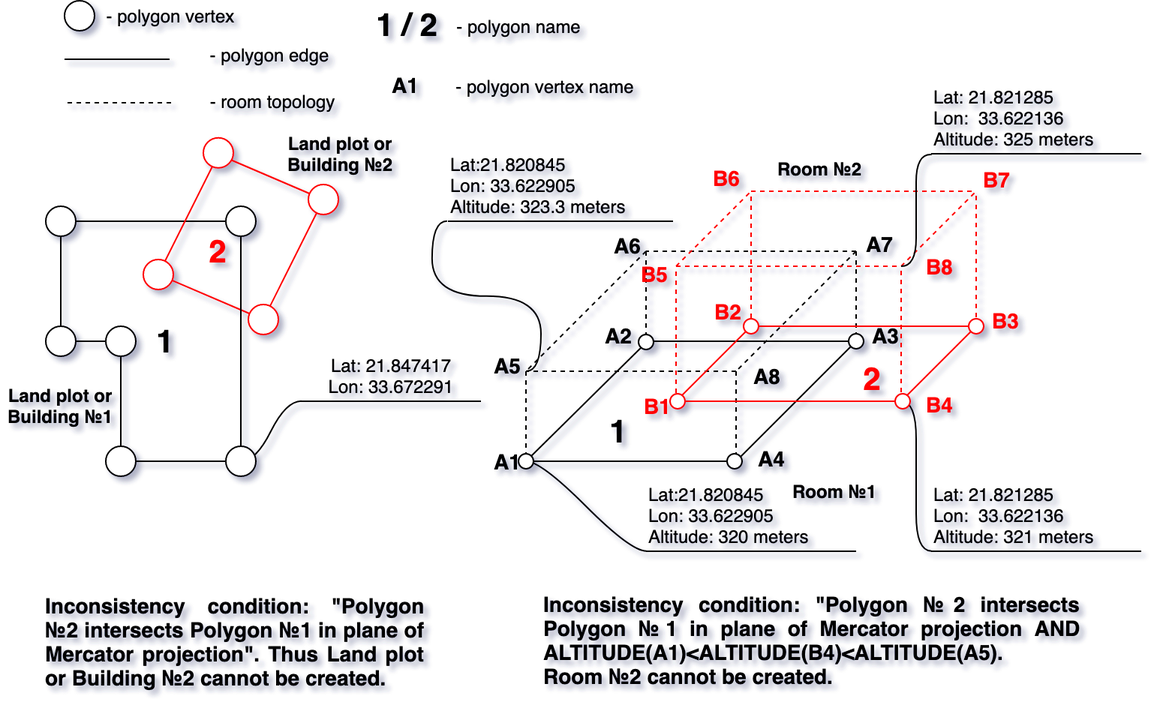
Earlier version of the draw.io export images/Galt_Polygon_intersection_01.png (galtproject/galtproject-docs). Source tidied: cells renumbered, new cells last; positions are measured from the earlier drawing's top-left corner, leaving out a move shared by most shapes.
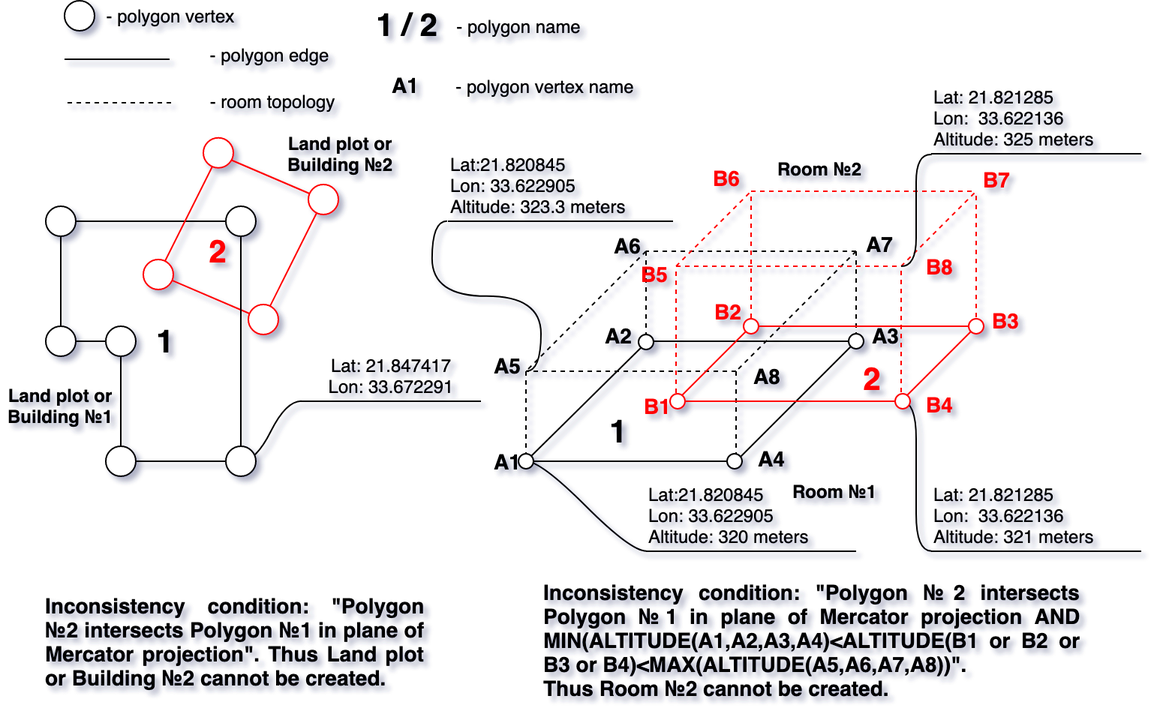
Above is the later version.

What changed in the source:
```diff
@@ -424,7 +424,7 @@
     <mxCell id="103" style="ellipse;whiteSpace=wrap;html=1;strokeColor=#FF0000;" parent="2" vertex="1">
       <mxGeometry x="495" y="212" width="10" height="10" as="geometry" />
     </mxCell>
-    <mxCell id="104" value="&lt;div style=&quot;text-align: justify&quot;&gt;&lt;span style=&quot;font-size: 14px&quot;&gt;&lt;b&gt;Inconsistency condition: &quot;Polygon №2 intersects Polygon №1 in plane of Mercator projection AND ALTITUDE(A1)&amp;lt;ALTITUDE(B4)&amp;lt;ALTITUDE(A5).&lt;/b&gt;&lt;/span&gt;&lt;/div&gt;&lt;div style=&quot;text-align: justify&quot;&gt;&lt;span style=&quot;font-size: 14px&quot;&gt;&lt;b&gt;Room №2 cannot be created.&lt;/b&gt;&lt;/span&gt;&lt;br&gt;&lt;/div&gt;" style="text;html=1;strokeColor=none;fillColor=none;align=left;verticalAlign=middle;whiteSpace=wrap;rounded=0;" parent="2" vertex="1">
+    <mxCell id="104" value="&lt;div style=&quot;text-align: justify&quot;&gt;&lt;div&gt;&lt;span style=&quot;font-size: 14px&quot;&gt;&lt;b&gt;Inconsistency condition: &quot;Polygon №2 intersects Polygon №1 in plane of Mercator projection AND MIN(ALTITUDE(A1,A2,A3,A4)&amp;lt;ALTITUDE(B1 or B2 or B3 or B4)&amp;lt;MAX(ALTITUDE(A5,A6,A7,A8))&quot;.&lt;/b&gt;&lt;/span&gt;&lt;/div&gt;&lt;div&gt;&lt;span style=&quot;font-size: 14px&quot;&gt;&lt;b&gt;Thus Room №2 cannot be created.&lt;/b&gt;&lt;/span&gt;&lt;/div&gt;&lt;/div&gt;" style="text;html=1;strokeColor=none;fillColor=none;align=left;verticalAlign=middle;whiteSpace=wrap;rounded=0;" parent="2" vertex="1">
       <mxGeometry x="360" y="381" width="360" height="90" as="geometry" />
     </mxCell>
   </root>
```
